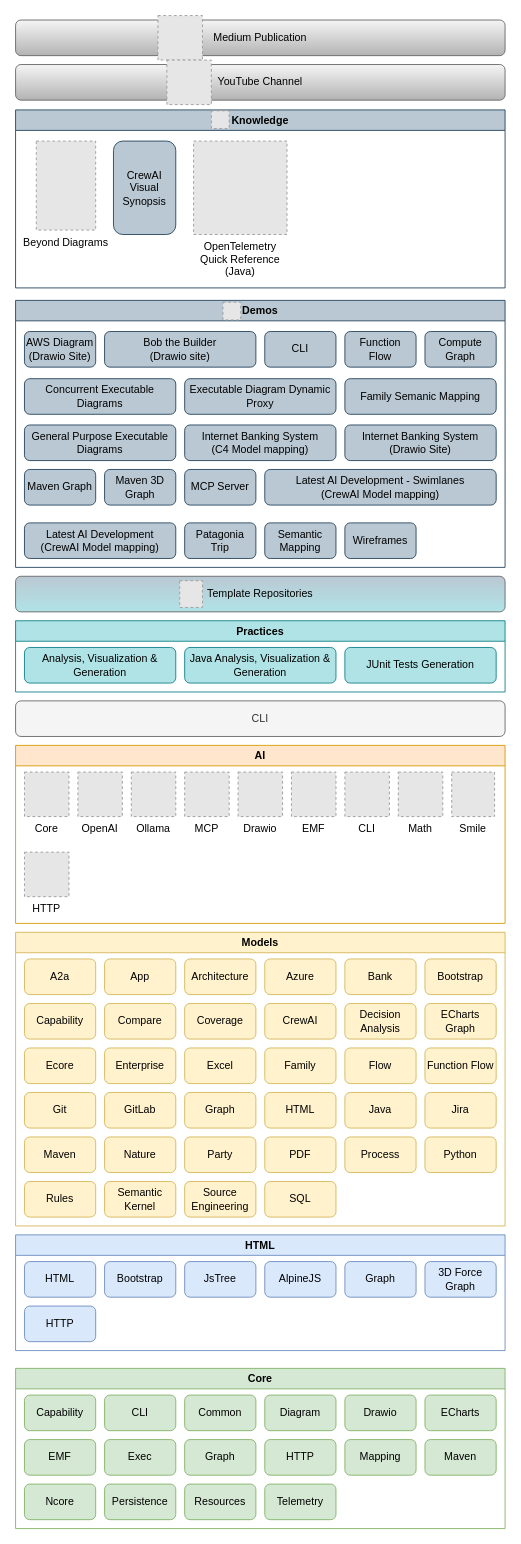
Nasdanika/nasdanika.github.io keeps this draw.io diagram as model/nasdanika.drawio. Above is the earlier version. Source tidied: cells renumbered, new cells numbered last; positions are measured from the earlier drawing's top-left corner, leaving out a move shared by most shapes. Both pictures are drawn from the tidied source at 89%, with x=0, y=0 at pixel (15, 15). Pictures stored in the file or linked from it are replaced by grey dashed boxes.
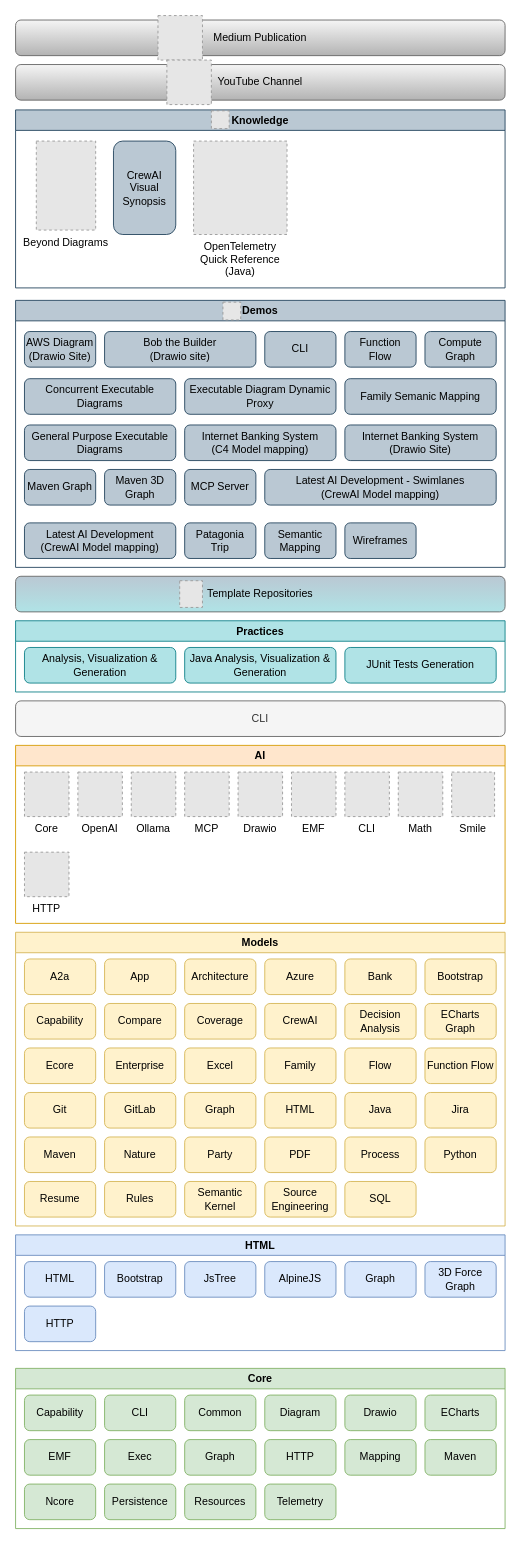
Above is the later version.

Unchanged cells that the change refers to:
```xml
<mxCell id="27" value="Models" style="swimlane;whiteSpace=wrap;html=1;fillColor=#fff2cc;strokeColor=#d6b656;" parent="1" vertex="1">
  <mxGeometry y="1030" width="550" height="330" as="geometry" />
</mxCell>
```

What changed in the source:
```diff
@@
     <mxCell id="37" value="Semantic&lt;div&gt;Kernel&lt;/div&gt;" style="rounded=1;whiteSpace=wrap;html=1;fillColor=#fff2cc;strokeColor=#d6b656;" parent="27" vertex="1">
-      <mxGeometry x="100" y="280" width="80" height="40" as="geometry" />
+      <mxGeometry x="190" y="280" width="80" height="40" as="geometry" />
     </mxCell>
@@
     <mxCell id="42" value="Rules" style="rounded=1;whiteSpace=wrap;html=1;fillColor=#fff2cc;strokeColor=#d6b656;" parent="27" vertex="1">
-      <mxGeometry x="10" y="280" width="80" height="40" as="geometry" />
+      <mxGeometry x="100" y="280" width="80" height="40" as="geometry" />
     </mxCell>
@@
     <mxCell id="58" value="SQL" style="rounded=1;whiteSpace=wrap;html=1;fillColor=#fff2cc;strokeColor=#d6b656;" parent="27" vertex="1">
-      <mxGeometry x="280" y="280" width="80" height="40" as="geometry" />
+      <mxGeometry x="370" y="280" width="80" height="40" as="geometry" />
     </mxCell>
@@
     <mxCell id="61" value="Source&lt;div&gt;Engineering&lt;/div&gt;" style="rounded=1;whiteSpace=wrap;html=1;fillColor=#fff2cc;strokeColor=#d6b656;" parent="27" vertex="1">
-      <mxGeometry x="190" y="280" width="80" height="40" as="geometry" />
+      <mxGeometry x="280" y="280" width="80" height="40" as="geometry" />
     </mxCell>
+    <mxCell id="110" value="Resume" style="rounded=1;whiteSpace=wrap;html=1;fillColor=#fff2cc;strokeColor=#d6b656;" parent="27" vertex="1">
+      <mxGeometry x="10" y="280" width="80" height="40" as="geometry" />
+    </mxCell>
```
